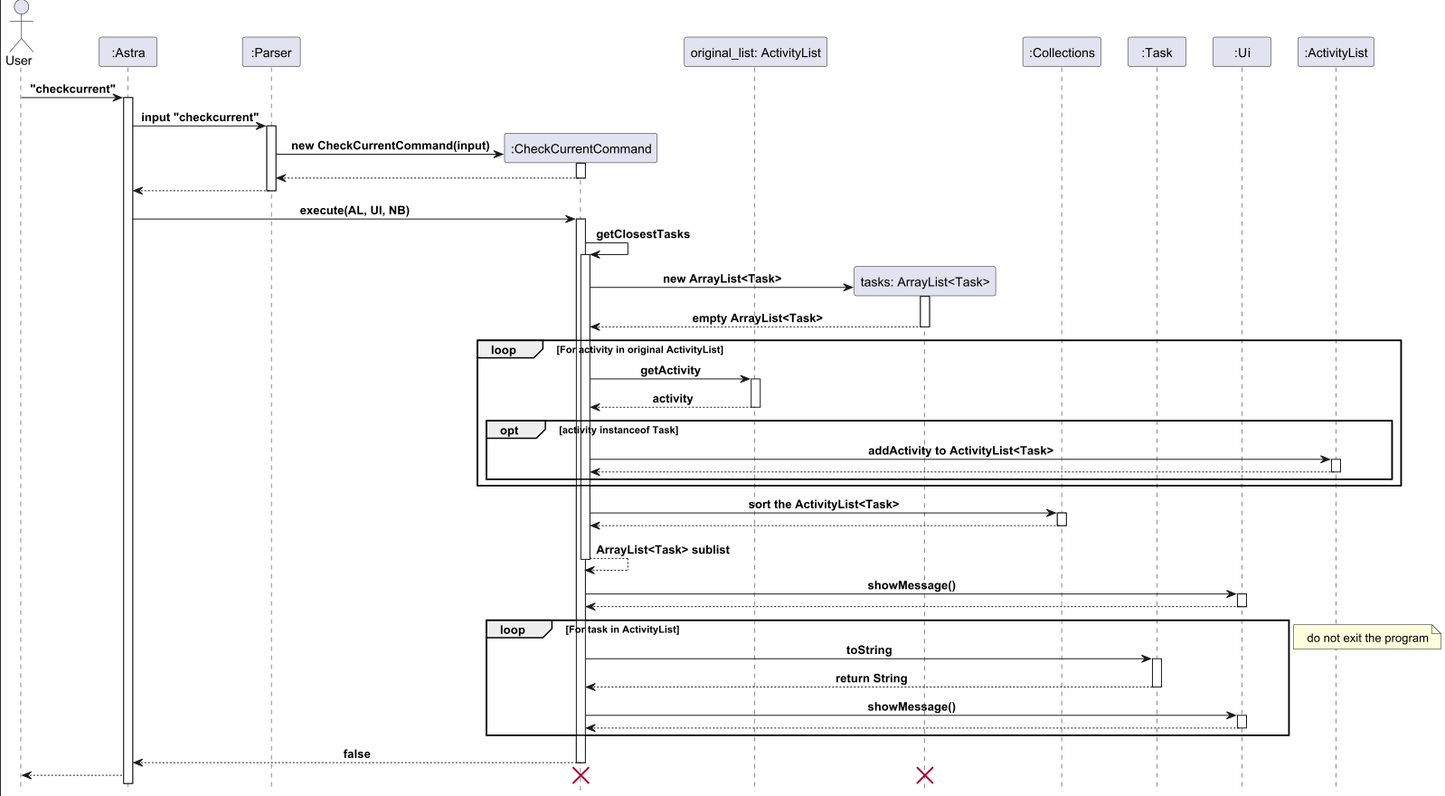
Before: docs/images/CheckCurrent_sequence.png, a diagram exported from PlantUML (Kennahh/tp). Its source is kept beside it as docs/diagrams/CheckCurrent_sequence.puml.
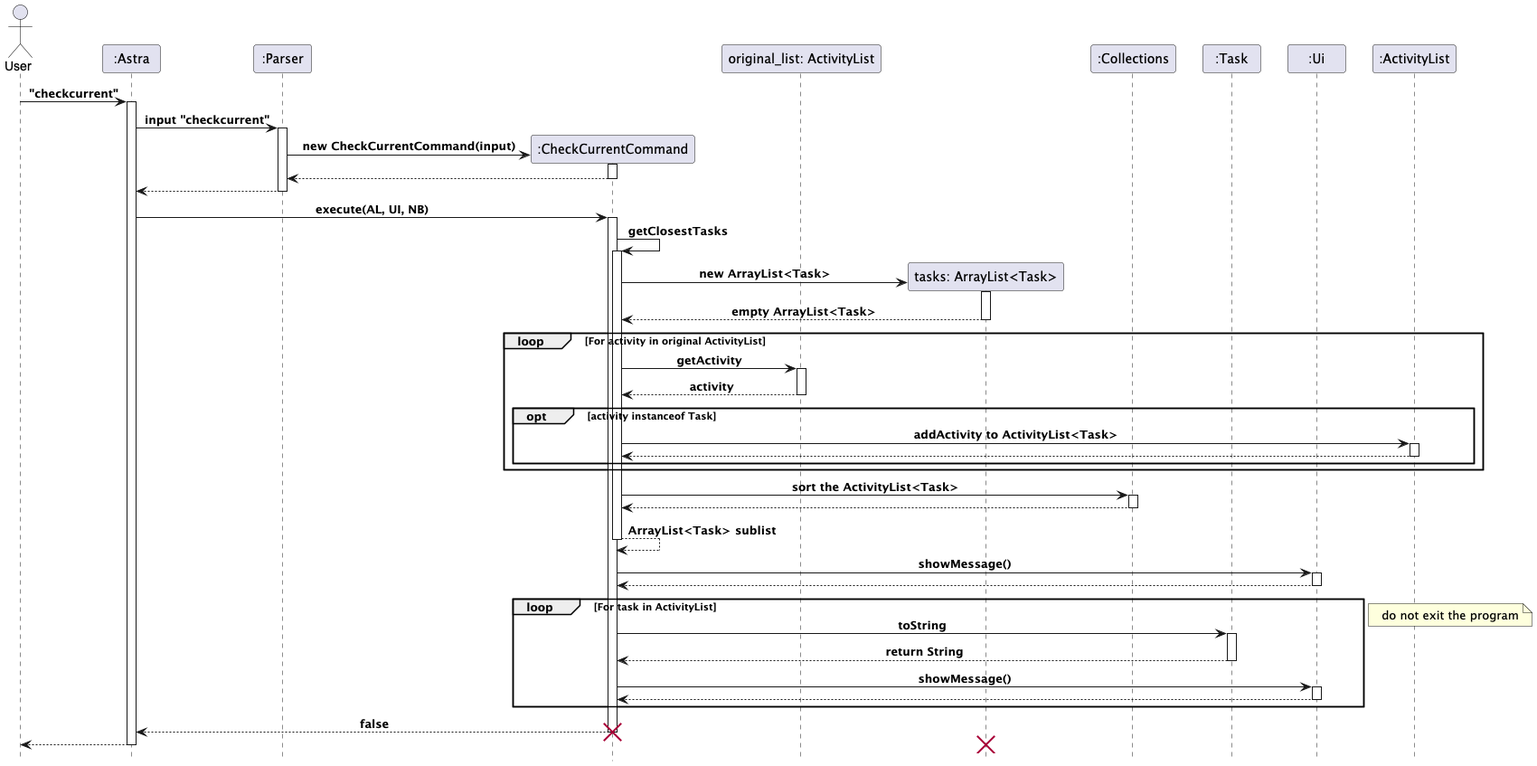
The same file after the commit.

The edit, as a diff of the source:
```diff
@@ -68,8 +68,10 @@
 note left: do not exit the program
 CheckCurrentCommand --> Astra: false
 deactivate CheckCurrentCommand
+destroy CheckCurrentCommand
 Astra --> User
-destroy CheckCurrentCommand
+deactivate Astra
+
 destroy tasks
 
 @enduml
```
